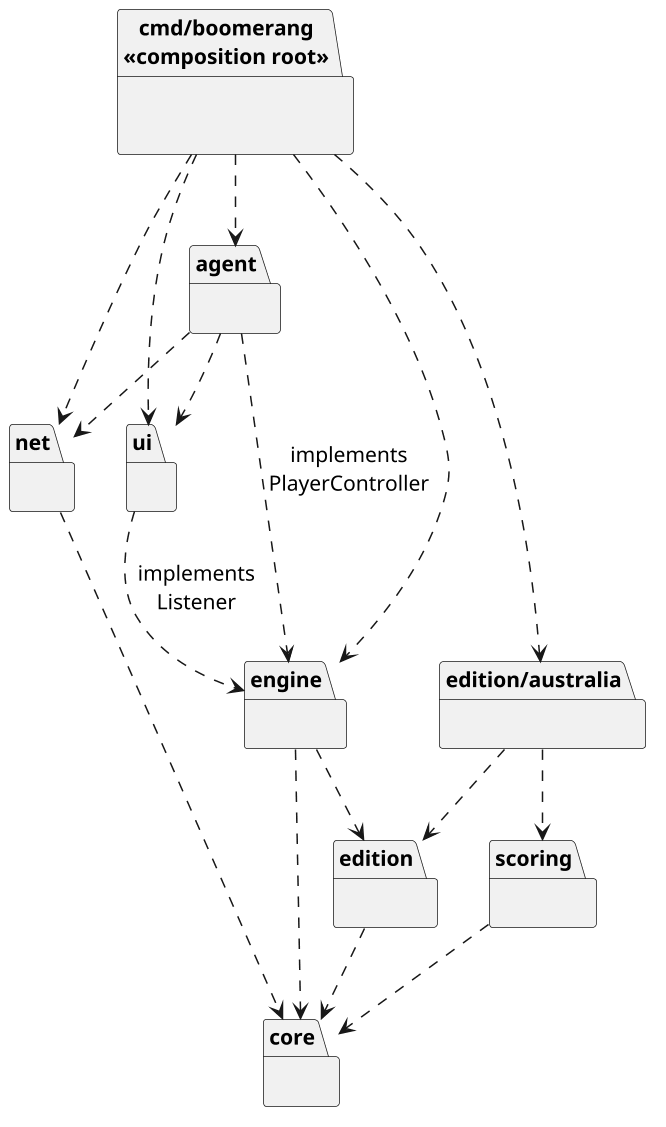
Before: docs/diagrams/packages.png, a diagram exported from PlantUML (BlackestDawn/ltu-boomerang). Source of this version:
```plantuml
@startuml packages
skinparamlocked dpi 144
skinparam defaultFontName Arial
skinparam defaultFontSize 14
skinparam shadowing false
skinparam componentStyle rectangle
skinparam packageStyle folder
top to bottom direction

package "cmd/boomerang\n<<composition root>>" as main {
}
package "agent" as agent {
}
package "ui" as ui {
}
package "net" as net {
}
package "engine" as engine {
}
package "edition/australia" as aus {
}
package "edition" as edition {
}
package "scoring" as scoring {
}
package "core" as core {
}

main ..> agent
main ..> ui
main ..> net
main ..> engine
main ..> aus
agent ..> engine : implements\nPlayerController
agent ..> ui
agent ..> net
ui ..> engine : implements\nListener
net ..> core
engine ..> edition
engine ..> core
aus ..> edition
aus ..> scoring
edition ..> core
scoring ..> core
@enduml
```
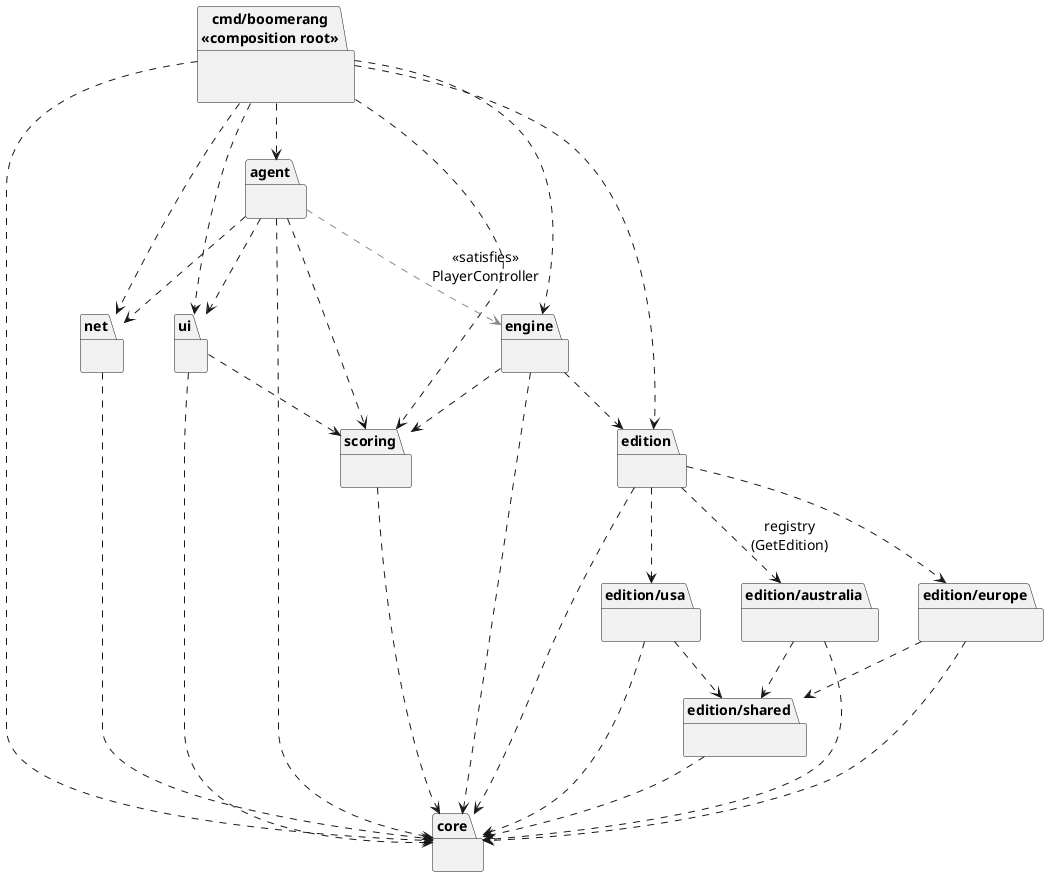
Above is the later version.

What changed in the source:
```diff
@@ -1,10 +1,10 @@
 @startuml packages
-skinparamlocked dpi 144
 skinparam defaultFontName Arial
 skinparam defaultFontSize 14
 skinparam shadowing false
-skinparam componentStyle rectangle
 skinparam packageStyle folder
+skinparam nodesep 40
+skinparam ranksep 55
 top to bottom direction
 
 package "cmd/boomerang\n<<composition root>>" as main {
@@ -17,9 +17,15 @@
 }
 package "engine" as engine {
 }
+package "edition" as edition {
+}
 package "edition/australia" as aus {
 }
-package "edition" as edition {
+package "edition/europe" as eu {
+}
+package "edition/usa" as us {
+}
+package "edition/shared" as shared {
 }
 package "scoring" as scoring {
 }
@@ -30,16 +36,35 @@
 main ..> ui
 main ..> net
 main ..> engine
-main ..> aus
-agent ..> engine : implements\nPlayerController
+main ..> edition
+main ..> scoring
+main ..> core
+
 agent ..> ui
 agent ..> net
-ui ..> engine : implements\nListener
+agent ..> scoring
+agent ..> core
+agent .[#888888].> engine : <<satisfies>>\nPlayerController
+
+ui ..> scoring
+ui ..> core
 net ..> core
+
 engine ..> edition
+engine ..> scoring
 engine ..> core
-aus ..> edition
-aus ..> scoring
+
+edition ..> aus : registry\n(GetEdition)
+edition ..> eu
+edition ..> us
 edition ..> core
+aus ..> shared
+eu ..> shared
+us ..> shared
+aus ..> core
+eu ..> core
+us ..> core
+shared ..> core
+
 scoring ..> core
 @enduml
```
